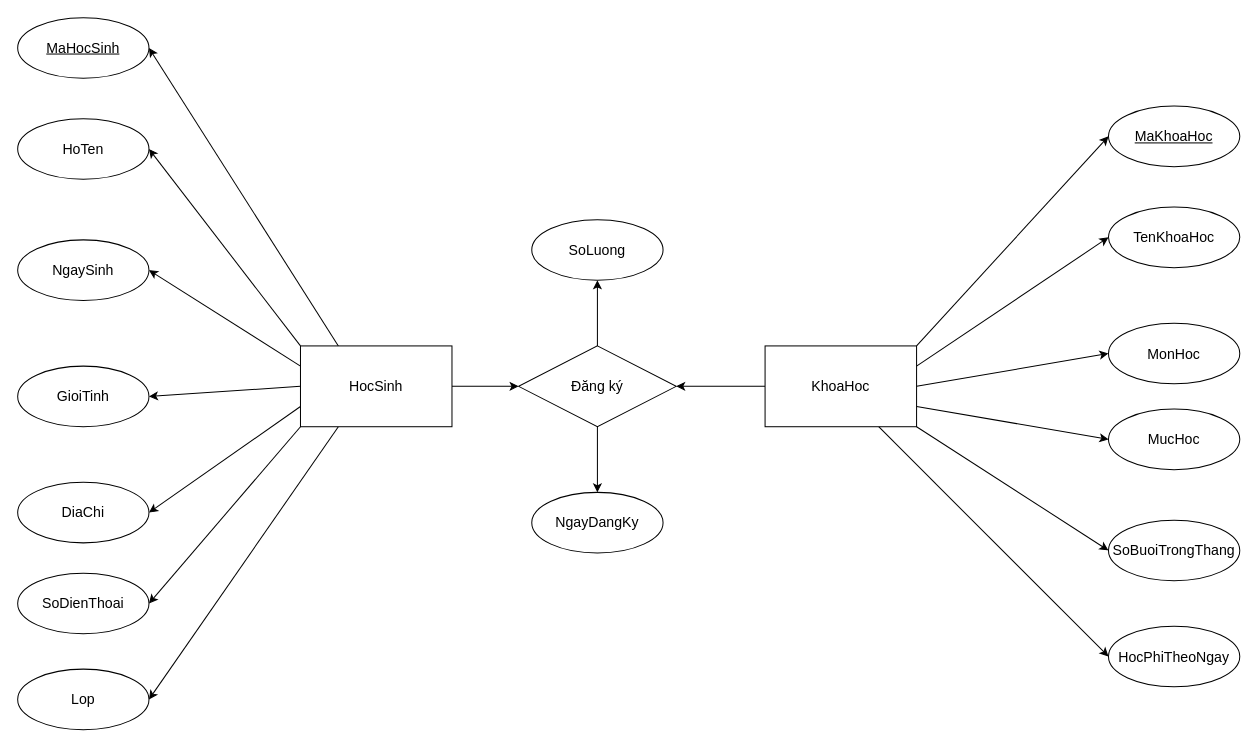
Before: CSDL.drawio in lwd3c/PWN, a draw.io diagram. Source tidied: cells renumbered, new cells numbered last; positions are measured from the earlier drawing's top-left corner, leaving out a move shared by most shapes. Both pictures are drawn from the tidied source at 101%, with x=0, y=0 at pixel (17, 17).
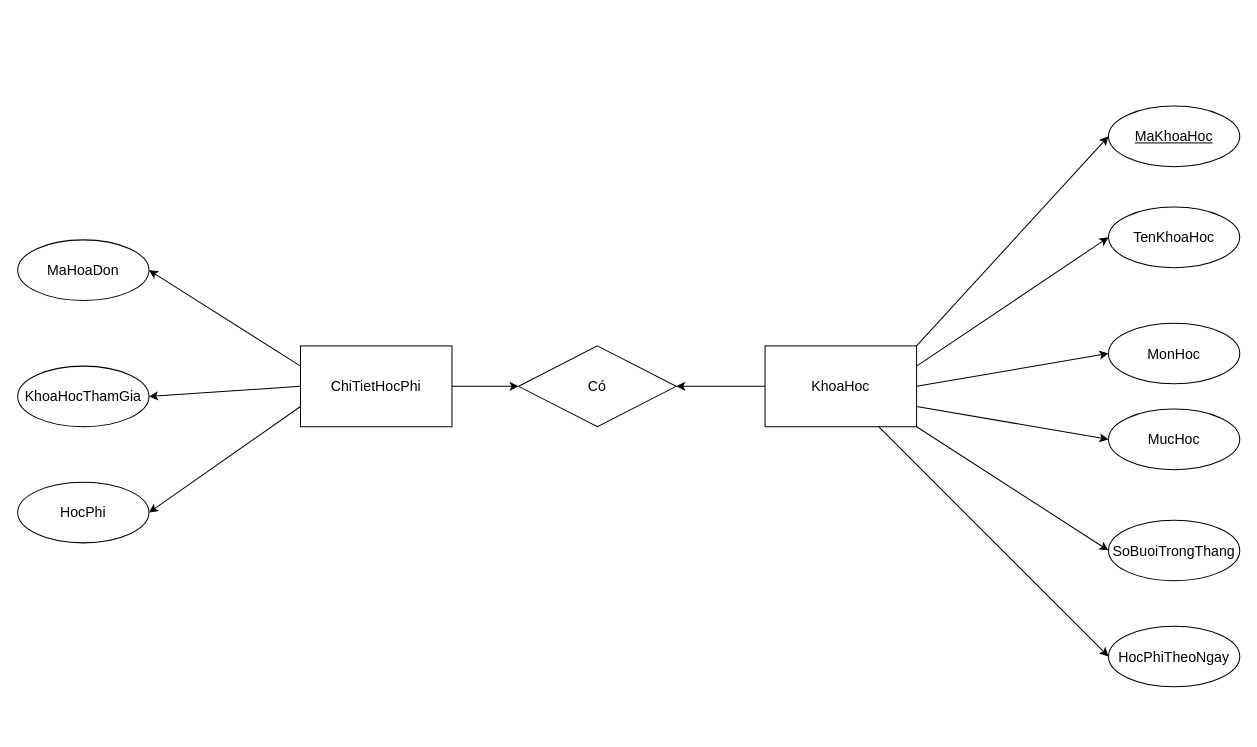
The same page after the edit.

Commit message (it also covers changes not shown here):
Cập nhật CSDL.drawio

The change refers to these unchanged cells:
```xml
<mxCell id="18" value="KhoaHoc" style="rounded=0;whiteSpace=wrap;html=1;fontSize=14;" parent="1" vertex="1">
  <mxGeometry x="740" y="325" width="150" height="80" as="geometry" />
</mxCell>
```

Diff of the diagram source:
```diff
@@
-    <mxCell id="5" style="edgeStyle=none;rounded=0;jettySize=auto;html=1;exitX=0;exitY=0;exitDx=0;exitDy=0;entryX=1;entryY=0.5;entryDx=0;entryDy=0;fontSize=14;" parent="1" edge="1" source="10" target="34">
-      <mxGeometry relative="1" as="geometry" />
-    </mxCell>
@@
-    <mxCell id="7" style="edgeStyle=none;rounded=0;jettySize=auto;html=1;exitX=0;exitY=1;exitDx=0;exitDy=0;entryX=1;entryY=0.5;entryDx=0;entryDy=0;fontSize=14;" parent="1" edge="1" source="10" target="26">
-      <mxGeometry relative="1" as="geometry" />
-    </mxCell>
-    <mxCell id="8" style="edgeStyle=none;rounded=0;jettySize=auto;html=1;exitX=0.25;exitY=1;exitDx=0;exitDy=0;entryX=1;entryY=0.5;entryDx=0;entryDy=0;fontSize=14;" parent="1" edge="1" source="10" target="31">
-      <mxGeometry relative="1" as="geometry" />
-    </mxCell>
-    <mxCell id="9" style="edgeStyle=none;rounded=0;jettySize=auto;html=1;exitX=0.25;exitY=0;exitDx=0;exitDy=0;entryX=1;entryY=0.5;entryDx=0;entryDy=0;fontSize=14;" parent="1" edge="1" source="10" target="32">
-      <mxGeometry relative="1" as="geometry" />
-    </mxCell>
-    <mxCell id="10" value="&lt;font&gt;HocSinh&lt;/font&gt;" style="rounded=0;whiteSpace=wrap;html=1;fontSize=14;" parent="1" vertex="1">
+    <mxCell id="10" value="&lt;font&gt;ChiTietHocPhi&lt;/font&gt;" style="rounded=0;whiteSpace=wrap;html=1;fontSize=14;" parent="1" vertex="1">
       <mxGeometry x="280" y="325" width="150" height="80" as="geometry" />
     </mxCell>
-    <mxCell id="11" style="edgeStyle=orthogonalEdgeStyle;rounded=0;jettySize=auto;html=1;exitX=0;exitY=0.5;exitDx=0;exitDy=0;entryX=1;entryY=0.5;entryDx=0;entryDy=0;fontSize=14;" parent="1" edge="1" source="18" target="21">
-      <mxGeometry relative="1" as="geometry" />
-    </mxCell>
+    <mxCell id="21" value="Có" style="rhombus;whiteSpace=wrap;html=1;fontSize=14;" parent="1" vertex="1">
+      <mxGeometry x="496" y="325" width="156" height="80" as="geometry" />
+    </mxCell>
+    <mxCell id="33" value="HocPhi" style="ellipse;whiteSpace=wrap;html=1;fontSize=14;" parent="1" vertex="1">
+      <mxGeometry y="460" width="130" height="60" as="geometry" />
+    </mxCell>
+    <mxCell id="35" value="MaHoaDon" style="ellipse;whiteSpace=wrap;html=1;fontSize=14;" parent="1" vertex="1">
+      <mxGeometry y="220" width="130" height="60" as="geometry" />
+    </mxCell>
+    <mxCell id="36" value="KhoaHocThamGia" style="ellipse;whiteSpace=wrap;html=1;fontSize=14;" parent="1" vertex="1">
+      <mxGeometry y="345" width="130" height="60" as="geometry" />
+    </mxCell>
@@
+    <mxCell id="11" style="edgeStyle=none;rounded=0;jettySize=auto;html=1;entryX=1;entryY=0.5;entryDx=0;entryDy=0;" parent="1" edge="1" source="18" target="21">
+      <mxGeometry relative="1" as="geometry" />
+    </mxCell>
@@
-    <mxCell id="19" style="edgeStyle=none;rounded=0;jettySize=auto;html=1;exitX=0.5;exitY=0;exitDx=0;exitDy=0;entryX=0.5;entryY=1;entryDx=0;entryDy=0;fontSize=14;" parent="1" edge="1" source="21" target="22">
-      <mxGeometry relative="1" as="geometry" />
-    </mxCell>
-    <mxCell id="20" style="edgeStyle=none;rounded=0;jettySize=auto;html=1;exitX=0.5;exitY=1;exitDx=0;exitDy=0;entryX=0.5;entryY=0;entryDx=0;entryDy=0;fontSize=14;" parent="1" edge="1" source="21" target="23">
-      <mxGeometry relative="1" as="geometry" />
-    </mxCell>
-    <mxCell id="21" value="Đăng ký" style="rhombus;whiteSpace=wrap;html=1;fontSize=14;" parent="1" vertex="1">
-      <mxGeometry x="496" y="325" width="156" height="80" as="geometry" />
-    </mxCell>
-    <mxCell id="22" value="SoLuong" style="ellipse;whiteSpace=wrap;html=1;fontSize=14;" parent="1" vertex="1">
-      <mxGeometry x="509" y="200" width="130" height="60" as="geometry" />
-    </mxCell>
-    <mxCell id="23" value="NgayDangKy" style="ellipse;whiteSpace=wrap;html=1;fontSize=14;" parent="1" vertex="1">
-      <mxGeometry x="509" y="470" width="130" height="60" as="geometry" />
-    </mxCell>
@@
-    <mxCell id="26" value="SoDienThoai" style="ellipse;whiteSpace=wrap;html=1;fontSize=14;" parent="1" vertex="1">
-      <mxGeometry y="550" width="130" height="60" as="geometry" />
-    </mxCell>
@@
-    <mxCell id="31" value="Lop" style="ellipse;whiteSpace=wrap;html=1;fontSize=14;" parent="1" vertex="1">
-      <mxGeometry y="645" width="130" height="60" as="geometry" />
-    </mxCell>
-    <mxCell id="32" value="&lt;u&gt;MaHocSinh&lt;/u&gt;" style="ellipse;whiteSpace=wrap;html=1;fontSize=14;" parent="1" vertex="1">
-      <mxGeometry width="130" height="60" as="geometry" />
-    </mxCell>
-    <mxCell id="33" value="DiaChi" style="ellipse;whiteSpace=wrap;html=1;fontSize=14;" parent="1" vertex="1">
-      <mxGeometry y="460" width="130" height="60" as="geometry" />
-    </mxCell>
-    <mxCell id="34" value="HoTen" style="ellipse;whiteSpace=wrap;html=1;fontSize=14;" parent="1" vertex="1">
-      <mxGeometry y="100" width="130" height="60" as="geometry" />
-    </mxCell>
-    <mxCell id="35" value="NgaySinh" style="ellipse;whiteSpace=wrap;html=1;fontSize=14;" parent="1" vertex="1">
-      <mxGeometry y="220" width="130" height="60" as="geometry" />
-    </mxCell>
-    <mxCell id="36" value="GioiTinh" style="ellipse;whiteSpace=wrap;html=1;fontSize=14;" parent="1" vertex="1">
-      <mxGeometry y="345" width="130" height="60" as="geometry" />
-    </mxCell>
```
